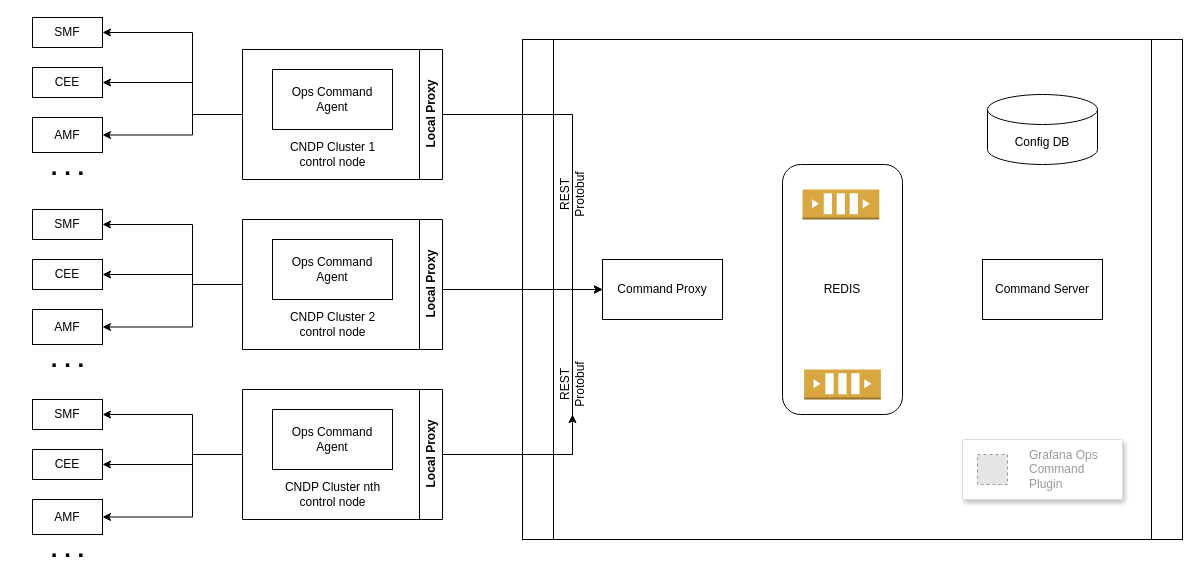
The draw.io diagram ops-commanp.drawio in mr-optimizer/DrawIo, before the edit. Source tidied: cells renumbered, new cells numbered last; positions are measured from the earlier drawing's top-left corner, leaving out a move shared by most shapes. Both pictures are drawn from the tidied source at 100%, with x=0, y=0 at pixel (17, 17). Pictures stored in the file or linked from it are replaced by grey dashed boxes.
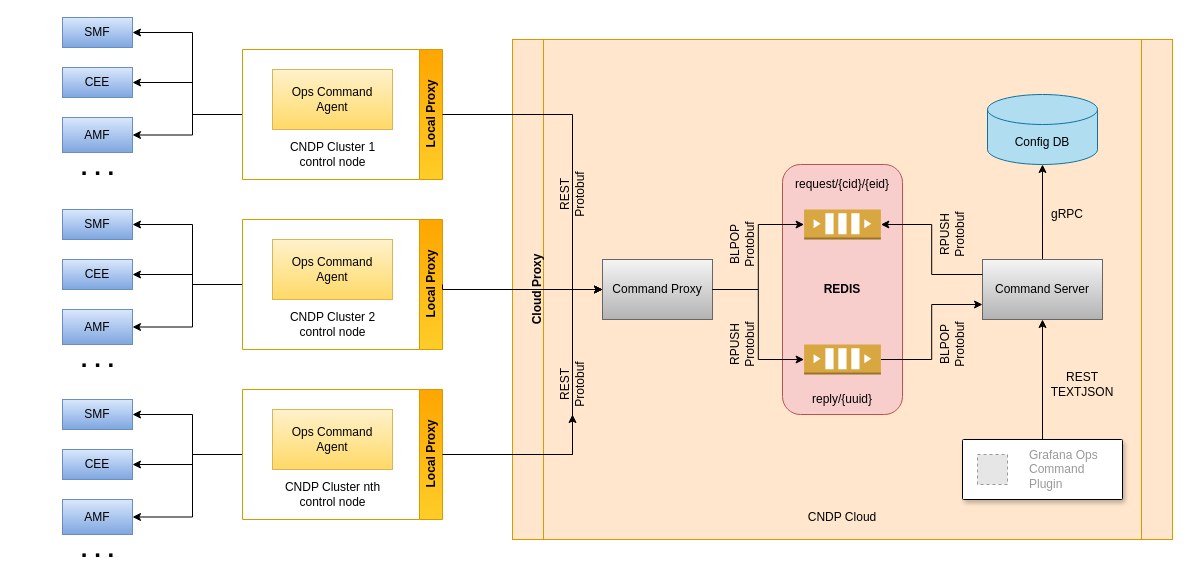
Above is the later version.

What changed in the source:
```diff
@@
-    <mxCell id="5" value="Local Proxy" style="swimlane;horizontal=0;whiteSpace=wrap;html=1;direction=west;" parent="1" vertex="1">
+    <mxCell id="5" value="Local Proxy" style="swimlane;horizontal=0;whiteSpace=wrap;html=1;direction=west;fillColor=#ffcd28;gradientColor=#ffa500;strokeColor=#d79b00;" parent="1" vertex="1">
       <mxGeometry x="225" y="32" width="200" height="130" as="geometry" />
     </mxCell>
@@
-    <mxCell id="7" value="Ops Command&lt;br&gt;Agent" style="whiteSpace=wrap;html=1;" parent="5" vertex="1">
+    <mxCell id="7" value="Ops Command&lt;br&gt;Agent" style="whiteSpace=wrap;html=1;fillColor=#fff2cc;gradientColor=#ffd966;strokeColor=#d6b656;" parent="5" vertex="1">
       <mxGeometry x="30" y="20" width="120" height="60" as="geometry" />
     </mxCell>
@@
-    <mxCell id="11" value="Local Proxy" style="swimlane;horizontal=0;whiteSpace=wrap;html=1;direction=west;" parent="1" vertex="1">
+    <mxCell id="11" value="Local Proxy" style="swimlane;horizontal=0;whiteSpace=wrap;html=1;direction=west;fillColor=#ffcd28;strokeColor=#d79b00;gradientColor=#ffa500;" parent="1" vertex="1">
       <mxGeometry x="225" y="202" width="200" height="130" as="geometry" />
     </mxCell>
@@
-    <mxCell id="13" value="Ops Command&lt;br&gt;Agent" style="whiteSpace=wrap;html=1;" parent="11" vertex="1">
+    <mxCell id="13" value="Ops Command&lt;br&gt;Agent" style="whiteSpace=wrap;html=1;fillColor=#fff2cc;gradientColor=#ffd966;strokeColor=#d6b656;" parent="11" vertex="1">
       <mxGeometry x="30" y="20" width="120" height="60" as="geometry" />
     </mxCell>
@@
-    <mxCell id="17" value="Local Proxy" style="swimlane;horizontal=0;whiteSpace=wrap;html=1;direction=west;" parent="1" vertex="1">
+    <mxCell id="17" value="Local Proxy" style="swimlane;horizontal=0;whiteSpace=wrap;html=1;direction=west;fillColor=#ffcd28;gradientColor=#ffa500;strokeColor=#d79b00;" parent="1" vertex="1">
       <mxGeometry x="225" y="372" width="200" height="130" as="geometry" />
     </mxCell>
@@
-    <mxCell id="19" value="Ops Command&lt;br&gt;Agent" style="whiteSpace=wrap;html=1;" parent="17" vertex="1">
+    <mxCell id="19" value="Ops Command&lt;br&gt;Agent" style="whiteSpace=wrap;html=1;fillColor=#fff2cc;gradientColor=#ffd966;strokeColor=#d6b656;" parent="17" vertex="1">
       <mxGeometry x="30" y="20" width="120" height="60" as="geometry" />
     </mxCell>
-    <mxCell id="20" style="shape=process;whiteSpace=wrap;html=1;backgroundOutline=1;size=0.046875;" parent="1" vertex="1">
-      <mxGeometry x="505" y="22" width="660" height="500" as="geometry" />
+    <mxCell id="20" style="shape=process;whiteSpace=wrap;html=1;backgroundOutline=1;size=0.046875;fillColor=#ffe6cc;strokeColor=#d79b00;" parent="1" vertex="1">
+      <mxGeometry x="495" y="22" width="660" height="500" as="geometry" />
     </mxCell>
-    <mxCell id="21" value="Command Proxy" style="rounded=0;whiteSpace=wrap;html=1;" parent="1" vertex="1">
-      <mxGeometry x="585" y="242" width="120" height="60" as="geometry" />
+    <mxCell id="21" value="Command Proxy" style="rounded=0;whiteSpace=wrap;html=1;fillColor=#f5f5f5;gradientColor=#b3b3b3;strokeColor=#666666;" parent="1" vertex="1">
+      <mxGeometry x="585" y="242" width="110" height="60" as="geometry" />
     </mxCell>
-    <mxCell id="22" value="REDIS" style="rounded=1;whiteSpace=wrap;html=1;" parent="1" vertex="1">
+    <mxCell id="22" value="&lt;b&gt;REDIS&lt;/b&gt;" style="rounded=1;whiteSpace=wrap;html=1;fillColor=#f8cecc;strokeColor=#b85450;" parent="1" vertex="1">
       <mxGeometry x="765" y="147" width="120" height="250" as="geometry" />
     </mxCell>
     <mxCell id="23" style="outlineConnect=0;dashed=0;verticalLabelPosition=bottom;verticalAlign=top;align=center;html=1;shape=mxgraph.aws3.queue;fillColor=#D9A741;gradientColor=none;" parent="1" vertex="1">
-      <mxGeometry x="785" y="172" width="76.8" height="30" as="geometry" />
+      <mxGeometry x="786.6" y="192" width="76.8" height="30" as="geometry" />
     </mxCell>
+    <mxCell id="47" style="edgeStyle=orthogonalEdgeStyle;rounded=0;jettySize=auto;html=1;entryX=0;entryY=0.75;entryDx=0;entryDy=0;" parent="1" edge="1" source="24" target="25">
+      <mxGeometry relative="1" as="geometry" />
+    </mxCell>
     <mxCell id="24" style="outlineConnect=0;dashed=0;verticalLabelPosition=bottom;verticalAlign=top;align=center;html=1;shape=mxgraph.aws3.queue;fillColor=#D9A741;gradientColor=none;" parent="1" vertex="1">
-      <mxGeometry x="786.6" y="352" width="76.8" height="30" as="geometry" />
+      <mxGeometry x="786.6" y="327" width="76.8" height="30" as="geometry" />
     </mxCell>
+    <mxCell id="48" style="edgeStyle=orthogonalEdgeStyle;rounded=0;jettySize=auto;html=1;" parent="1" edge="1" source="25" target="26">
+      <mxGeometry relative="1" as="geometry" />
+    </mxCell>
-    <mxCell id="25" value="Command Server" style="rounded=0;whiteSpace=wrap;html=1;" parent="1" vertex="1">
+    <mxCell id="25" value="Command Server" style="rounded=0;whiteSpace=wrap;html=1;fillColor=#f5f5f5;strokeColor=#666666;gradientColor=#b3b3b3;" parent="1" vertex="1">
       <mxGeometry x="965" y="242" width="120" height="60" as="geometry" />
     </mxCell>
-    <mxCell id="26" value="Config DB" style="shape=cylinder3;whiteSpace=wrap;html=1;boundedLbl=1;backgroundOutline=1;size=15;" parent="1" vertex="1">
+    <mxCell id="26" value="Config DB" style="shape=cylinder3;whiteSpace=wrap;html=1;boundedLbl=1;backgroundOutline=1;size=15;fillColor=#b1ddf0;strokeColor=#10739e;" parent="1" vertex="1">
       <mxGeometry x="970" y="77" width="110" height="70" as="geometry" />
     </mxCell>
+    <mxCell id="49" style="edgeStyle=orthogonalEdgeStyle;rounded=0;jettySize=auto;html=1;" parent="1" edge="1" source="27" target="25">
+      <mxGeometry relative="1" as="geometry" />
+    </mxCell>
-    <mxCell id="27" style="strokeColor=#dddddd;shadow=1;strokeWidth=1;rounded=1;absoluteArcSize=1;arcSize=2;" parent="1" vertex="1">
+    <mxCell id="27" style="shadow=1;strokeWidth=1;rounded=1;absoluteArcSize=1;arcSize=2;" parent="1" vertex="1">
       <mxGeometry x="945" y="422" width="160" height="60" as="geometry" />
     </mxCell>
@@
-    <mxCell id="29" value="SMF" style="rounded=0;whiteSpace=wrap;html=1;" parent="1" vertex="1">
-      <mxGeometry x="15" width="70" height="30" as="geometry" />
+    <mxCell id="29" value="SMF" style="rounded=0;whiteSpace=wrap;html=1;fillColor=#dae8fc;gradientColor=#7ea6e0;strokeColor=#6c8ebf;" parent="1" vertex="1">
+      <mxGeometry x="45" width="70" height="30" as="geometry" />
     </mxCell>
-    <mxCell id="30" value="CEE" style="rounded=0;whiteSpace=wrap;html=1;" parent="1" vertex="1">
-      <mxGeometry x="15" y="50" width="70" height="30" as="geometry" />
+    <mxCell id="30" value="CEE" style="rounded=0;whiteSpace=wrap;html=1;fillColor=#dae8fc;gradientColor=#7ea6e0;strokeColor=#6c8ebf;" parent="1" vertex="1">
+      <mxGeometry x="45" y="50" width="70" height="30" as="geometry" />
     </mxCell>
-    <mxCell id="31" value="AMF" style="rounded=0;whiteSpace=wrap;html=1;" parent="1" vertex="1">
-      <mxGeometry x="15" y="100" width="70" height="35" as="geometry" />
+    <mxCell id="31" value="AMF" style="rounded=0;whiteSpace=wrap;html=1;fillColor=#dae8fc;gradientColor=#7ea6e0;strokeColor=#6c8ebf;" parent="1" vertex="1">
+      <mxGeometry x="45" y="100" width="70" height="35" as="geometry" />
     </mxCell>
     <mxCell id="32" value=". . ." style="text;strokeColor=none;fillColor=none;html=1;fontSize=24;fontStyle=1;verticalAlign=middle;align=center;" parent="1" vertex="1">
-      <mxGeometry y="140" width="100" height="20" as="geometry" />
+      <mxGeometry x="30" y="140" width="100" height="20" as="geometry" />
     </mxCell>
-    <mxCell id="33" value="SMF" style="rounded=0;whiteSpace=wrap;html=1;" parent="1" vertex="1">
-      <mxGeometry x="15" y="192" width="70" height="30" as="geometry" />
+    <mxCell id="33" value="SMF" style="rounded=0;whiteSpace=wrap;html=1;fillColor=#dae8fc;gradientColor=#7ea6e0;strokeColor=#6c8ebf;" parent="1" vertex="1">
+      <mxGeometry x="45" y="192" width="70" height="30" as="geometry" />
     </mxCell>
-    <mxCell id="34" value="CEE" style="rounded=0;whiteSpace=wrap;html=1;" parent="1" vertex="1">
-      <mxGeometry x="15" y="242" width="70" height="30" as="geometry" />
+    <mxCell id="34" value="CEE" style="rounded=0;whiteSpace=wrap;html=1;fillColor=#dae8fc;gradientColor=#7ea6e0;strokeColor=#6c8ebf;" parent="1" vertex="1">
+      <mxGeometry x="45" y="242" width="70" height="30" as="geometry" />
     </mxCell>
-    <mxCell id="35" value="AMF" style="rounded=0;whiteSpace=wrap;html=1;" parent="1" vertex="1">
-      <mxGeometry x="15" y="292" width="70" height="35" as="geometry" />
+    <mxCell id="35" value="AMF" style="rounded=0;whiteSpace=wrap;html=1;fillColor=#dae8fc;gradientColor=#7ea6e0;strokeColor=#6c8ebf;" parent="1" vertex="1">
+      <mxGeometry x="45" y="292" width="70" height="35" as="geometry" />
     </mxCell>
     <mxCell id="36" value=". . ." style="text;strokeColor=none;fillColor=none;html=1;fontSize=24;fontStyle=1;verticalAlign=middle;align=center;" parent="1" vertex="1">
-      <mxGeometry y="332" width="100" height="20" as="geometry" />
+      <mxGeometry x="30" y="332" width="100" height="20" as="geometry" />
     </mxCell>
-    <mxCell id="37" value="SMF" style="rounded=0;whiteSpace=wrap;html=1;" parent="1" vertex="1">
-      <mxGeometry x="15" y="382" width="70" height="30" as="geometry" />
+    <mxCell id="37" value="SMF" style="rounded=0;whiteSpace=wrap;html=1;fillColor=#dae8fc;gradientColor=#7ea6e0;strokeColor=#6c8ebf;" parent="1" vertex="1">
+      <mxGeometry x="45" y="382" width="70" height="30" as="geometry" />
     </mxCell>
-    <mxCell id="38" value="CEE" style="rounded=0;whiteSpace=wrap;html=1;" parent="1" vertex="1">
-      <mxGeometry x="15" y="432" width="70" height="30" as="geometry" />
+    <mxCell id="38" value="CEE" style="rounded=0;whiteSpace=wrap;html=1;fillColor=#dae8fc;gradientColor=#7ea6e0;strokeColor=#6c8ebf;" parent="1" vertex="1">
+      <mxGeometry x="45" y="432" width="70" height="30" as="geometry" />
     </mxCell>
-    <mxCell id="39" value="AMF" style="rounded=0;whiteSpace=wrap;html=1;" parent="1" vertex="1">
-      <mxGeometry x="15" y="482" width="70" height="35" as="geometry" />
+    <mxCell id="39" value="AMF" style="rounded=0;whiteSpace=wrap;html=1;fillColor=#dae8fc;gradientColor=#7ea6e0;strokeColor=#6c8ebf;" parent="1" vertex="1">
+      <mxGeometry x="45" y="482" width="70" height="35" as="geometry" />
     </mxCell>
     <mxCell id="40" value=". . ." style="text;strokeColor=none;fillColor=none;html=1;fontSize=24;fontStyle=1;verticalAlign=middle;align=center;" parent="1" vertex="1">
-      <mxGeometry y="522" width="100" height="20" as="geometry" />
+      <mxGeometry x="30" y="522" width="100" height="20" as="geometry" />
     </mxCell>
@@
+    <mxCell id="50" style="edgeStyle=orthogonalEdgeStyle;rounded=0;jettySize=auto;html=1;exitX=0;exitY=0.25;exitDx=0;exitDy=0;entryX=1;entryY=0.5;entryDx=0;entryDy=0;entryPerimeter=0;" parent="1" edge="1" source="25" target="23">
+      <mxGeometry relative="1" as="geometry" />
+    </mxCell>
+    <mxCell id="51" value="RPUSH&lt;br&gt;Protobuf" style="text;html=1;align=center;verticalAlign=middle;whiteSpace=wrap;rounded=0;rotation=270;" parent="1" vertex="1">
+      <mxGeometry x="905" y="202" width="60" height="30" as="geometry" />
+    </mxCell>
+    <mxCell id="52" value="BLPOP&lt;br&gt;Protobuf" style="text;html=1;align=center;verticalAlign=middle;whiteSpace=wrap;rounded=0;rotation=270;" parent="1" vertex="1">
+      <mxGeometry x="905" y="312" width="60" height="30" as="geometry" />
+    </mxCell>
+    <mxCell id="53" style="edgeStyle=orthogonalEdgeStyle;rounded=0;jettySize=auto;html=1;exitX=1;exitY=0.5;exitDx=0;exitDy=0;entryX=0;entryY=0.5;entryDx=0;entryDy=0;entryPerimeter=0;" parent="1" edge="1" source="21" target="23">
+      <mxGeometry relative="1" as="geometry" />
+    </mxCell>
+    <mxCell id="54" style="edgeStyle=orthogonalEdgeStyle;rounded=0;jettySize=auto;html=1;entryX=0;entryY=0.5;entryDx=0;entryDy=0;entryPerimeter=0;" parent="1" edge="1" source="21" target="24">
+      <mxGeometry relative="1" as="geometry" />
+    </mxCell>
+    <mxCell id="55" value="CNDP Cloud" style="text;html=1;align=center;verticalAlign=middle;whiteSpace=wrap;rounded=0;" parent="1" vertex="1">
+      <mxGeometry x="775" y="484.5" width="100" height="30" as="geometry" />
+    </mxCell>
+    <mxCell id="56" value="REST&lt;br&gt;TEXTJSON" style="text;html=1;align=center;verticalAlign=middle;whiteSpace=wrap;rounded=0;" parent="1" vertex="1">
+      <mxGeometry x="1035" y="352" width="60" height="30" as="geometry" />
+    </mxCell>
+    <mxCell id="57" value="gRPC" style="text;html=1;align=center;verticalAlign=middle;whiteSpace=wrap;rounded=0;" parent="1" vertex="1">
+      <mxGeometry x="1020" y="182" width="60" height="30" as="geometry" />
+    </mxCell>
+    <mxCell id="58" value="&lt;b&gt;Cloud Proxy&lt;/b&gt;" style="text;html=1;align=center;verticalAlign=middle;whiteSpace=wrap;rounded=0;rotation=270;" parent="1" vertex="1">
+      <mxGeometry x="465" y="257" width="110" height="30" as="geometry" />
+    </mxCell>
+    <mxCell id="59" value="BLPOP&lt;br&gt;Protobuf" style="text;html=1;align=center;verticalAlign=middle;whiteSpace=wrap;rounded=0;rotation=270;" parent="1" vertex="1">
+      <mxGeometry x="695" y="212" width="60" height="30" as="geometry" />
+    </mxCell>
+    <mxCell id="60" value="RPUSH&lt;br&gt;Protobuf" style="text;html=1;align=center;verticalAlign=middle;whiteSpace=wrap;rounded=0;rotation=270;" parent="1" vertex="1">
+      <mxGeometry x="695" y="312" width="60" height="30" as="geometry" />
+    </mxCell>
+    <mxCell id="61" value="request/{cid}/{eid}" style="text;html=1;align=center;verticalAlign=middle;whiteSpace=wrap;rounded=0;" parent="1" vertex="1">
+      <mxGeometry x="795" y="152" width="60" height="30" as="geometry" />
+    </mxCell>
+    <mxCell id="62" value="reply/{uuid}" style="text;html=1;align=center;verticalAlign=middle;whiteSpace=wrap;rounded=0;" parent="1" vertex="1">
+      <mxGeometry x="795" y="367" width="60" height="30" as="geometry" />
+    </mxCell>
```
